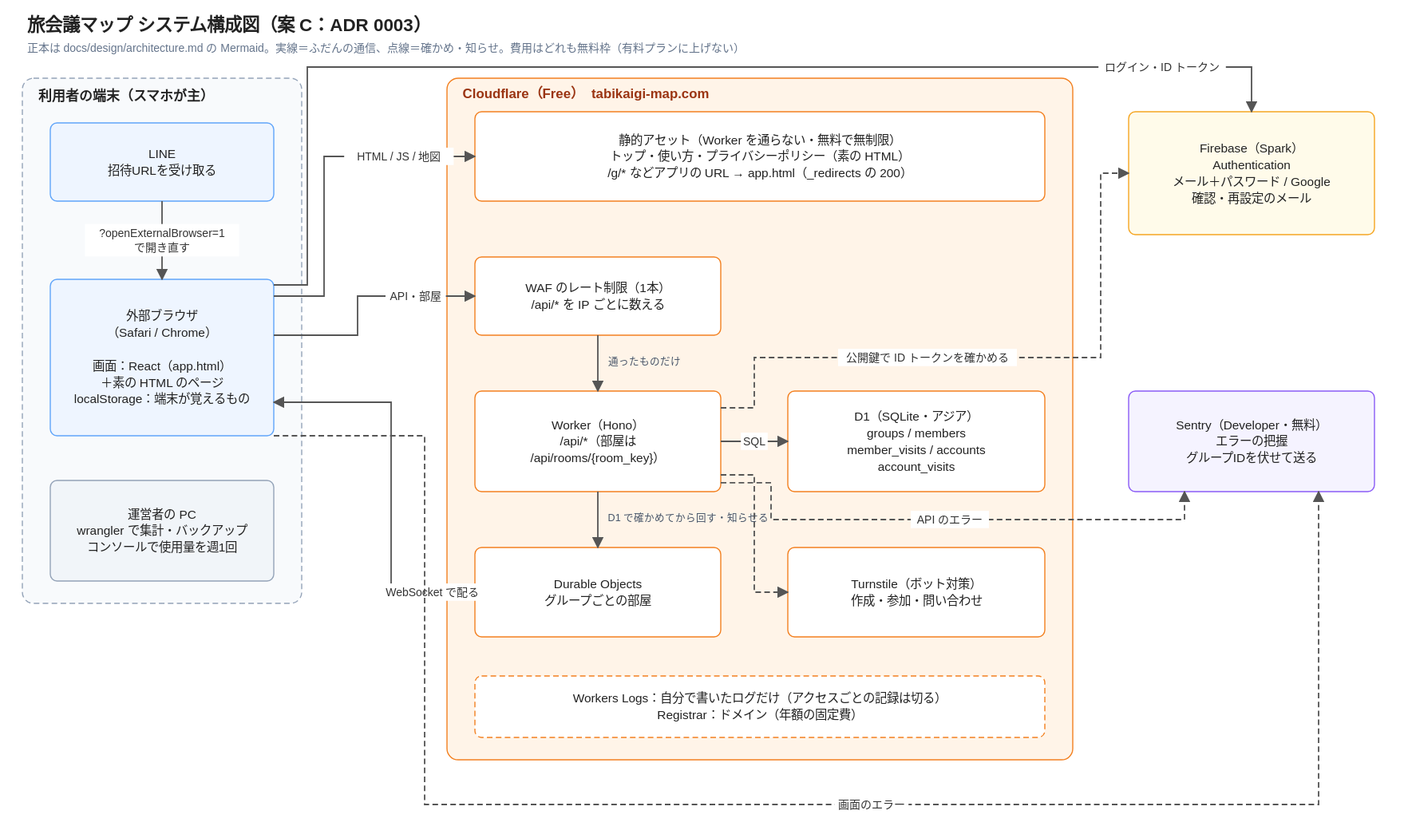
The draw.io diagram docs/design/architecture.drawio.svg in yuppy52/tabikaigi-map, before a commit. Source tidied: cells renumbered, new cells last; positions are measured from the earlier drawing's top-left corner, leaving out a move shared by most shapes.
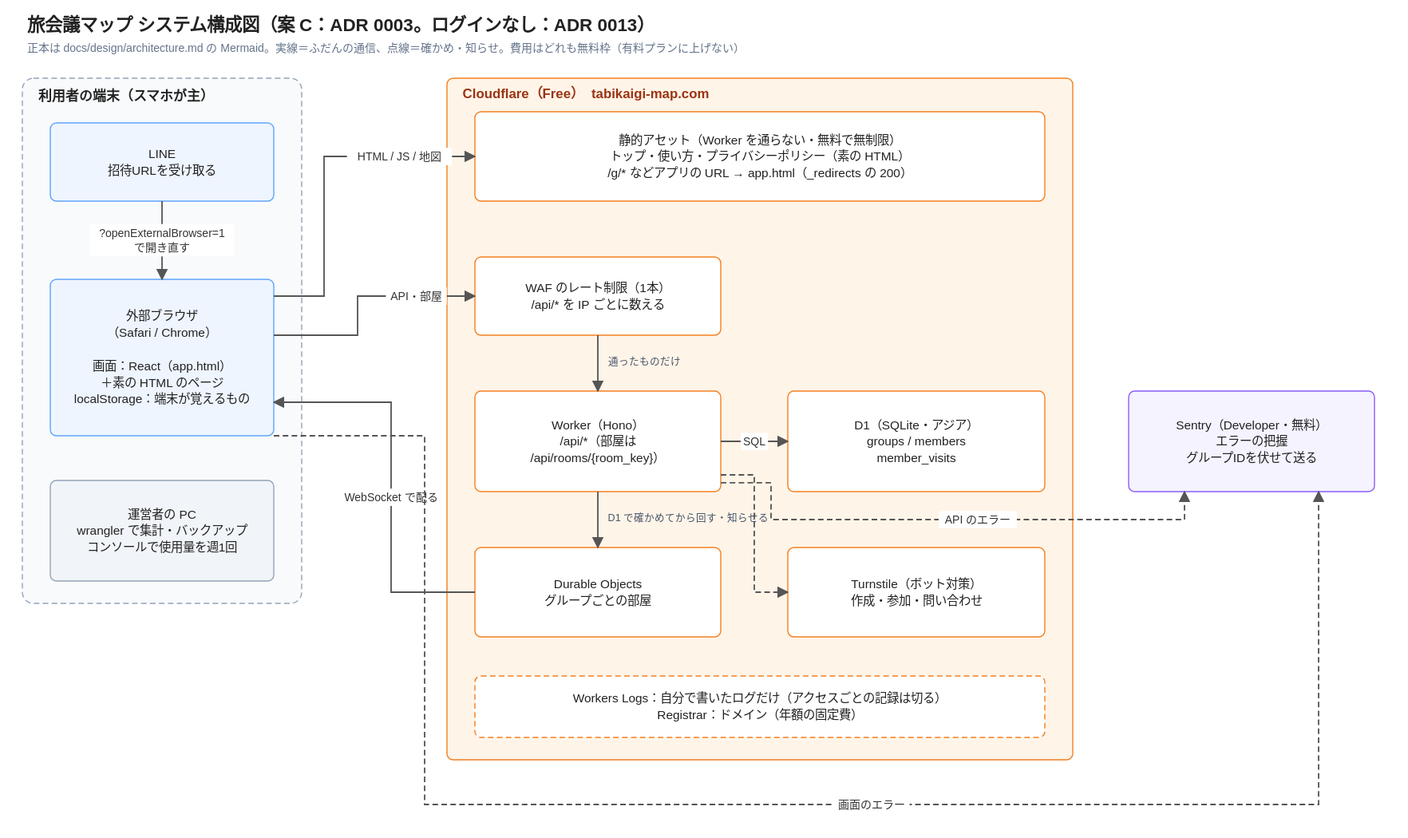
The same file after the commit.

Commit message:
ログインをやめる（L-4）：構成図とワイヤーフレームから Firebase とログインの画面を消す (#94)

What changed in the source:
```diff
@@ -2,7 +2,7 @@
   <root>
     <mxCell id="0" />
     <mxCell id="1" parent="0" />
-    <mxCell id="2" value="旅会議マップ システム構成図（案 C：ADR 0003）" style="text;html=1;whiteSpace=wrap;fontSize=16;align=left;verticalAlign=middle;fillColor=none;strokeColor=none;fontColor=#222222;spacingLeft=4;spacingRight=4;fontStyle=1;" parent="1" vertex="1">
+    <mxCell id="2" value="旅会議マップ システム構成図（案 C：ADR 0003。ログインなし：ADR 0013）" style="text;html=1;whiteSpace=wrap;fontSize=16;align=left;verticalAlign=middle;fillColor=none;strokeColor=none;fontColor=#222222;spacingLeft=4;spacingRight=4;fontStyle=1;" parent="1" vertex="1">
       <mxGeometry width="900" height="24" as="geometry" />
     </mxCell>
     <mxCell id="3" value="正本は docs/design/architecture.md の Mermaid。実線＝ふだんの通信、点線＝確かめ・知らせ。費用はどれも無料枠（有料プランに上げない）" style="text;html=1;whiteSpace=wrap;fontSize=10;align=left;verticalAlign=middle;fillColor=none;strokeColor=none;fontColor=#64748b;spacingLeft=4;spacingRight=4;" parent="1" vertex="1">
@@ -44,7 +44,7 @@
     <mxCell id="14" value="Worker（Hono）&lt;br&gt;/api/*（部屋は&lt;br&gt;/api/rooms/{room_key}）" style="html=1;whiteSpace=wrap;fontSize=11;align=center;verticalAlign=middle;fillColor=#ffffff;strokeColor=#f38020;fontColor=#222222;spacingLeft=4;spacingRight=4;rounded=1;arcSize=6;" parent="1" vertex="1">
       <mxGeometry x="405" y="340" width="220" height="90" as="geometry" />
     </mxCell>
-    <mxCell id="15" value="D1（SQLite・アジア）&lt;br&gt;groups / members&lt;br&gt;member_visits / accounts&lt;br&gt;account_visits" style="html=1;whiteSpace=wrap;fontSize=11;align=center;verticalAlign=middle;fillColor=#ffffff;strokeColor=#f38020;fontColor=#222222;spacingLeft=4;spacingRight=4;rounded=1;arcSize=6;" parent="1" vertex="1">
+    <mxCell id="15" value="D1（SQLite・アジア）&lt;br&gt;groups / members&lt;br&gt;member_visits" style="html=1;whiteSpace=wrap;fontSize=11;align=center;verticalAlign=middle;fillColor=#ffffff;strokeColor=#f38020;fontColor=#222222;spacingLeft=4;spacingRight=4;rounded=1;arcSize=6;" parent="1" vertex="1">
       <mxGeometry x="685" y="340" width="230" height="90" as="geometry" />
     </mxCell>
     <mxCell id="16" value="Durable Objects&lt;br&gt;グループごとの部屋" style="html=1;whiteSpace=wrap;fontSize=11;align=center;verticalAlign=middle;fillColor=#ffffff;strokeColor=#f38020;fontColor=#222222;spacingLeft=4;spacingRight=4;rounded=1;arcSize=7;" parent="1" vertex="1">
@@ -56,9 +56,6 @@
     <mxCell id="18" value="Workers Logs：自分で書いたログだけ（アクセスごとの記録は切る）&lt;br&gt;Registrar：ドメイン（年額の固定費）" style="html=1;whiteSpace=wrap;fontSize=11;align=center;verticalAlign=middle;fillColor=#ffffff;strokeColor=#f38020;fontColor=#222222;spacingLeft=4;spacingRight=4;rounded=1;arcSize=10;dashed=1;" parent="1" vertex="1">
       <mxGeometry x="405" y="595" width="510" height="55" as="geometry" />
     </mxCell>
-    <mxCell id="19" value="Firebase（Spark）&lt;br&gt;Authentication&lt;br&gt;メール＋パスワード / Google&lt;br&gt;確認・再設定のメール" style="html=1;whiteSpace=wrap;fontSize=11;align=center;verticalAlign=middle;fillColor=#fffbea;strokeColor=#f5a623;fontColor=#222222;spacingLeft=4;spacingRight=4;rounded=1;arcSize=5;" parent="1" vertex="1">
-      <mxGeometry x="990" y="90" width="220" height="110" as="geometry" />
-    </mxCell>
     <mxCell id="20" value="Sentry（Developer・無料）&lt;br&gt;エラーの把握&lt;br&gt;グループIDを伏せて送る" style="html=1;whiteSpace=wrap;fontSize=11;align=center;verticalAlign=middle;fillColor=#f5f3ff;strokeColor=#8b5cf6;fontColor=#222222;spacingLeft=4;spacingRight=4;rounded=1;arcSize=6;" parent="1" vertex="1">
       <mxGeometry x="990" y="340" width="220" height="90" as="geometry" />
     </mxCell>
@@ -92,17 +89,6 @@
         </Array>
       </mxGeometry>
     </mxCell>
-    <mxCell id="24" value="ログイン・ID トークン" style="html=1;endArrow=block;endFill=1;rounded=0;strokeColor=#555555;fontSize=10;labelBackgroundColor=#ffffff;" parent="1" edge="1">
-      <mxGeometry relative="1" as="geometry">
-        <mxPoint x="225" y="245" as="sourcePoint" />
-        <mxPoint x="1100" y="90" as="targetPoint" />
-        <Array as="points">
-          <mxPoint x="255" y="245" />
-          <mxPoint x="255" y="50" />
-          <mxPoint x="1100" y="50" />
-        </Array>
-      </mxGeometry>
-    </mxCell>
     <mxCell id="25" style="html=1;endArrow=block;endFill=1;rounded=0;strokeColor=#555555;fontSize=10;labelBackgroundColor=#ffffff;" parent="1" edge="1">
       <mxGeometry relative="1" as="geometry">
         <mxPoint x="515" y="290" as="sourcePoint" />
@@ -137,18 +123,6 @@
         </Array>
       </mxGeometry>
     </mxCell>
-    <mxCell id="31" value="公開鍵で ID トークンを確かめる" style="html=1;endArrow=block;endFill=1;rounded=0;strokeColor=#555555;fontSize=10;labelBackgroundColor=#ffffff;dashed=1;" parent="1" edge="1">
-      <mxGeometry relative="1" as="geometry">
-        <mxPoint x="625" y="355" as="sourcePoint" />
-        <mxPoint x="990" y="145" as="targetPoint" />
-        <Array as="points">
-          <mxPoint x="655" y="355" />
-          <mxPoint x="655" y="310" />
-          <mxPoint x="965" y="310" />
-          <mxPoint x="965" y="145" />
-        </Array>
-      </mxGeometry>
-    </mxCell>
     <mxCell id="32" value="API のエラー" style="html=1;endArrow=block;endFill=1;rounded=0;strokeColor=#555555;fontSize=10;labelBackgroundColor=#ffffff;dashed=1;" parent="1" edge="1">
       <mxGeometry relative="1" as="geometry">
         <mxPoint x="625" y="422" as="sourcePoint" />
```
